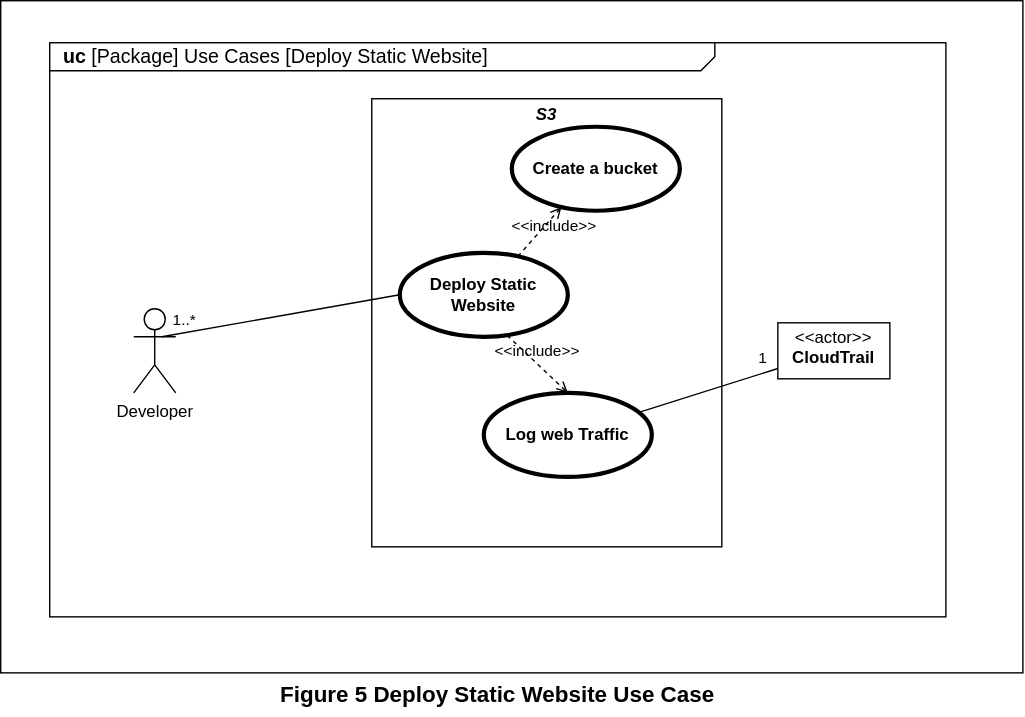
Earlier version of the draw.io export SysML Lessons/Lesson Views and SVGs/AWS Use Case Lesson - Use Case Example.svg (JeffreyWerth/AWS-Architecture-Model-Repository). Source tidied: cells renumbered, new cells last; positions are measured from the earlier drawing's top-left corner, leaving out a move shared by most shapes.
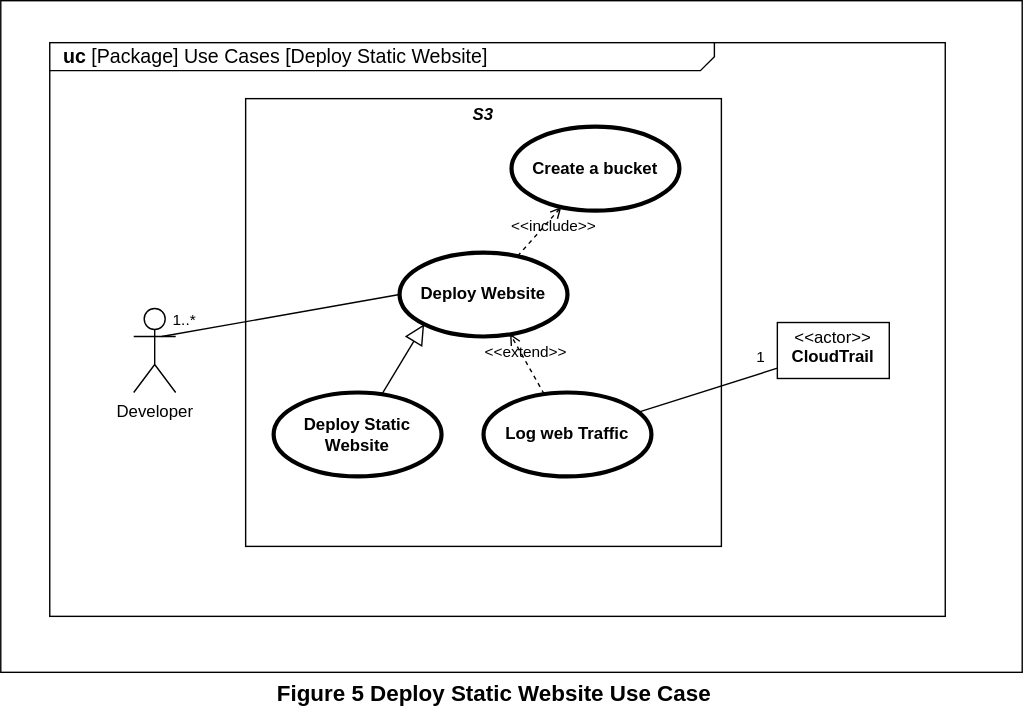
After the change.

Commit message:
Created New Files for Use Cases Lesson

Change to the diagram source:
```diff
@@ -5,7 +5,7 @@
     <mxCell id="2" style="rounded=0;whiteSpace=wrap;html=1;" parent="1" vertex="1">
       <mxGeometry width="730" height="480" as="geometry" />
     </mxCell>
-    <mxCell id="3" value="&lt;font style=&quot;font-size: 16px;&quot;&gt;Figure 5 Deploy Static Website Use Case&lt;/font&gt;" style="text;html=1;strokeColor=none;fillColor=none;align=center;verticalAlign=middle;whiteSpace=wrap;rounded=0;fontStyle=1;fontSize=16;" parent="1" vertex="1">
+    <mxCell id="3" value="&lt;font style=&quot;font-size: 16px;&quot;&gt;Figure 5 Deploy Static Website Use Case&amp;nbsp;&lt;/font&gt;" style="text;html=1;strokeColor=none;fillColor=none;align=center;verticalAlign=middle;whiteSpace=wrap;rounded=0;fontStyle=1;fontSize=16;" parent="1" vertex="1">
       <mxGeometry x="195" y="480" width="320" height="30" as="geometry" />
     </mxCell>
     <mxCell id="4" value="&lt;p style=&quot;text-align: left; margin: 4px 0px 0px 10px; line-height: 90%; font-size: 14px;&quot;&gt;&lt;span style=&quot;border-color: var(--border-color);&quot;&gt;&lt;b&gt;uc &lt;/b&gt;[Package&lt;/span&gt;&lt;span style=&quot;border-color: var(--border-color);&quot;&gt;] Use Cases&lt;/span&gt;&lt;span style=&quot;border-color: var(--border-color);&quot;&gt;&amp;nbsp;[Deploy Static Website&lt;/span&gt;&lt;span style=&quot;border-color: var(--border-color);&quot;&gt;]&lt;/span&gt;&lt;br&gt;&lt;/p&gt;" style="html=1;shape=mxgraph.sysml.package;html=1;overflow=fill;whiteSpace=wrap;fontSize=16;labelX=475.33;" parent="1" vertex="1">
@@ -15,9 +15,9 @@
       <mxGeometry x="95" y="220" width="30" height="60" as="geometry" />
     </mxCell>
     <mxCell id="6" value="&lt;p style=&quot;margin:5px;&quot;&gt;&lt;b&gt;&lt;i&gt;S3&lt;/i&gt;&lt;/b&gt;&lt;br&gt;&lt;br&gt;&lt;/p&gt;" style="shape=rect;html=1;overflow=fill;whiteSpace=wrap;align=center;" parent="1" vertex="1">
-      <mxGeometry x="265" y="70" width="250" height="320" as="geometry" />
+      <mxGeometry x="175" y="70" width="340" height="320" as="geometry" />
     </mxCell>
-    <mxCell id="7" value="Deploy Static Website" style="shape=ellipse;html=1;strokeWidth=3;fontStyle=1;whiteSpace=wrap;align=center;perimeter=ellipsePerimeter;" parent="1" vertex="1">
+    <mxCell id="7" value="Deploy Website" style="shape=ellipse;html=1;strokeWidth=3;fontStyle=1;whiteSpace=wrap;align=center;perimeter=ellipsePerimeter;" parent="1" vertex="1">
       <mxGeometry x="285" y="180" width="120" height="60" as="geometry" />
     </mxCell>
     <mxCell id="8" style="edgeStyle=none;html=1;endArrow=none;verticalAlign=bottom;rounded=0;entryX=0.667;entryY=0.333;entryDx=0;entryDy=0;entryPerimeter=0;exitX=0;exitY=0.5;exitDx=0;exitDy=0;" parent="1" edge="1" source="7" target="5">
@@ -42,10 +42,8 @@
     <mxCell id="13" value="Log web Traffic" style="shape=ellipse;html=1;strokeWidth=3;fontStyle=1;whiteSpace=wrap;align=center;perimeter=ellipsePerimeter;" parent="1" vertex="1">
       <mxGeometry x="345" y="280" width="120" height="60" as="geometry" />
     </mxCell>
-    <mxCell id="14" value="&amp;lt;&amp;lt;include&amp;gt;&amp;gt;" style="edgeStyle=none;html=1;endArrow=open;verticalAlign=bottom;dashed=1;labelBackgroundColor=none;rounded=0;exitX=0.639;exitY=0.983;exitDx=0;exitDy=0;exitPerimeter=0;" parent="1" edge="1" source="7">
-      <mxGeometry relative="1" as="geometry">
-        <mxPoint x="405" y="280" as="targetPoint" />
-      </mxGeometry>
+    <mxCell id="14" value="&amp;lt;&amp;lt;extend&amp;gt;&amp;gt;" style="edgeStyle=none;html=1;endArrow=open;verticalAlign=bottom;dashed=1;labelBackgroundColor=none;rounded=0;entryX=0.658;entryY=0.967;entryDx=0;entryDy=0;entryPerimeter=0;" parent="1" edge="1" source="13" target="7">
+      <mxGeometry x="0.01" y="1" relative="1" as="geometry" />
     </mxCell>
     <mxCell id="15" value="Create a bucket" style="shape=ellipse;html=1;strokeWidth=3;fontStyle=1;whiteSpace=wrap;align=center;perimeter=ellipsePerimeter;" parent="1" vertex="1">
       <mxGeometry x="365" y="90" width="120" height="60" as="geometry" />
@@ -53,5 +51,11 @@
     <mxCell id="16" value="&amp;lt;&amp;lt;include&amp;gt;&amp;gt;" style="edgeStyle=none;html=1;endArrow=open;verticalAlign=bottom;dashed=1;labelBackgroundColor=none;rounded=0;" parent="1" edge="1" source="7" target="15">
       <mxGeometry x="0.12" y="-11" relative="1" as="geometry" />
     </mxCell>
+    <mxCell id="17" value="Deploy Static Website" style="shape=ellipse;html=1;strokeWidth=3;fontStyle=1;whiteSpace=wrap;align=center;perimeter=ellipsePerimeter;" parent="1" vertex="1">
+      <mxGeometry x="195" y="280" width="120" height="60" as="geometry" />
+    </mxCell>
+    <mxCell id="18" style="edgeStyle=none;html=1;endArrow=block;endFill=0;endSize=12;verticalAlign=bottom;rounded=0;entryX=0;entryY=1;entryDx=0;entryDy=0;" parent="1" edge="1" source="17" target="7">
+      <mxGeometry relative="1" as="geometry" />
+    </mxCell>
   </root>
 </mxGraphModel>
```
